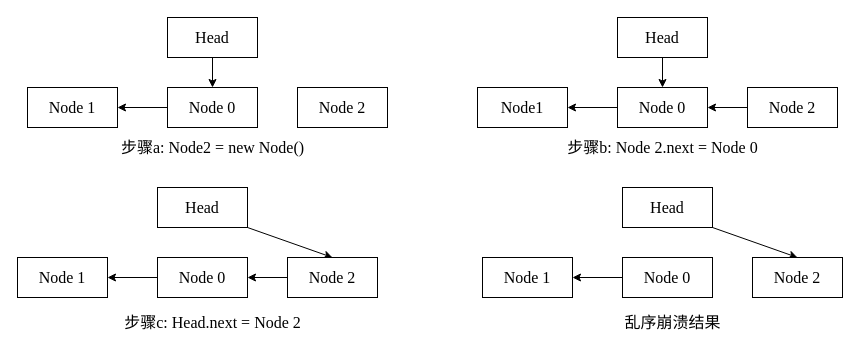
This is page "缓存顺序问题" (3 of 18) of 毕业论文.drawio from HustDsy/Picture, a draw.io file, before an edit. Source tidied: cells renumbered, new cells numbered last; positions are measured from the earlier drawing's top-left corner, leaving out a move shared by most shapes. Both pictures are drawn from the tidied source at 100%, with x=0, y=0 at pixel (17, 17).
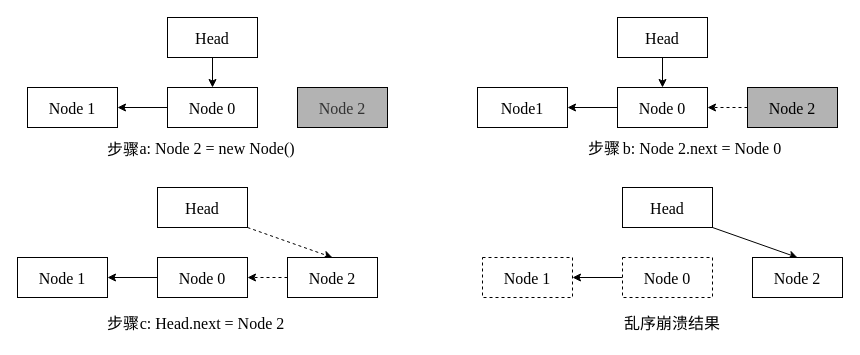
The same diagram, later.

Diff of the diagram source:
```diff
@@
-    <mxCell id="2" style="edgeStyle=none;rounded=0;orthogonalLoop=1;jettySize=auto;html=1;exitX=0.5;exitY=1;exitDx=0;exitDy=0;fontFamily=Times New Roman;fontSize=16;endArrow=classic;endFill=1;strokeWidth=1;" parent="1" edge="1">
+    <mxCell id="2" style="edgeStyle=none;rounded=0;orthogonalLoop=1;jettySize=auto;exitX=0.5;exitY=1;exitDx=0;exitDy=0;fontFamily=Times New Roman;fontSize=16;endArrow=classic;endFill=1;strokeWidth=1;dashed=1;" parent="1" edge="1">
       <mxGeometry relative="1" as="geometry">
         <mxPoint x="525" y="250" as="sourcePoint" />
         <mxPoint x="525" y="250" as="targetPoint" />
       </mxGeometry>
     </mxCell>
-    <mxCell id="3" value="Node 1" style="rounded=0;whiteSpace=wrap;html=1;fontFamily=Times New Roman;fontSize=16;strokeWidth=1;" parent="1" vertex="1">
+    <mxCell id="3" value="Node 1" style="rounded=0;fontFamily=Times New Roman;fontSize=16;strokeWidth=1;" parent="1" vertex="1">
       <mxGeometry x="10" y="70" width="90" height="40" as="geometry" />
     </mxCell>
-    <mxCell id="4" style="edgeStyle=none;rounded=0;jettySize=auto;html=1;exitX=0;exitY=0.5;exitDx=0;exitDy=0;entryX=1;entryY=0.5;entryDx=0;entryDy=0;fontFamily=Times New Roman;fontSize=16;endArrow=classic;endFill=1;strokeWidth=1;" parent="1" edge="1" source="5" target="3">
+    <mxCell id="4" style="edgeStyle=none;rounded=0;jettySize=auto;exitX=0;exitY=0.5;exitDx=0;exitDy=0;entryX=1;entryY=0.5;entryDx=0;entryDy=0;fontFamily=Times New Roman;fontSize=16;endArrow=classic;endFill=1;strokeWidth=1;" parent="1" edge="1" source="5" target="3">
       <mxGeometry relative="1" as="geometry" />
     </mxCell>
-    <mxCell id="5" value="Node 0" style="rounded=0;whiteSpace=wrap;html=1;fontFamily=Times New Roman;fontSize=16;strokeWidth=1;" parent="1" vertex="1">
+    <mxCell id="5" value="Node 0" style="rounded=0;fontFamily=Times New Roman;fontSize=16;strokeWidth=1;" parent="1" vertex="1">
       <mxGeometry x="150" y="70" width="90" height="40" as="geometry" />
     </mxCell>
-    <mxCell id="6" style="edgeStyle=none;rounded=0;jettySize=auto;html=1;exitX=0.5;exitY=1;exitDx=0;exitDy=0;entryX=0.5;entryY=0;entryDx=0;entryDy=0;fontFamily=Times New Roman;fontSize=16;endArrow=classic;endFill=1;strokeWidth=1;" parent="1" edge="1" source="7" target="5">
+    <mxCell id="6" style="edgeStyle=none;rounded=0;jettySize=auto;exitX=0.5;exitY=1;exitDx=0;exitDy=0;entryX=0.5;entryY=0;entryDx=0;entryDy=0;fontFamily=Times New Roman;fontSize=16;endArrow=classic;endFill=1;strokeWidth=1;" parent="1" edge="1" source="7" target="5">
       <mxGeometry relative="1" as="geometry" />
     </mxCell>
-    <mxCell id="7" value="Head" style="rounded=0;whiteSpace=wrap;html=1;fontFamily=Times New Roman;fontSize=16;strokeWidth=1;" parent="1" vertex="1">
+    <mxCell id="7" value="Head" style="rounded=0;fontFamily=Times New Roman;fontSize=16;strokeWidth=1;" parent="1" vertex="1">
       <mxGeometry x="150" width="90" height="40" as="geometry" />
     </mxCell>
-    <mxCell id="8" value="Node 2" style="rounded=0;whiteSpace=wrap;html=1;fontFamily=Times New Roman;fontSize=16;strokeWidth=1;" parent="1" vertex="1">
+    <mxCell id="8" value="Node 2" style="rounded=0;fontFamily=Times New Roman;fontSize=16;strokeWidth=1;fillColor=#B3B3B3;fontColor=#333333;strokeColor=#000000;" parent="1" vertex="1">
       <mxGeometry x="280" y="70" width="90" height="40" as="geometry" />
     </mxCell>
-    <mxCell id="9" value="Node1" style="rounded=0;whiteSpace=wrap;html=1;fontFamily=Times New Roman;fontSize=16;strokeWidth=1;" parent="1" vertex="1">
+    <mxCell id="9" value="Node1" style="rounded=0;fontFamily=Times New Roman;fontSize=16;strokeWidth=1;" parent="1" vertex="1">
       <mxGeometry x="460" y="70" width="90" height="40" as="geometry" />
     </mxCell>
-    <mxCell id="10" style="edgeStyle=none;rounded=0;jettySize=auto;html=1;exitX=0;exitY=0.5;exitDx=0;exitDy=0;entryX=1;entryY=0.5;entryDx=0;entryDy=0;fontFamily=Times New Roman;fontSize=16;endArrow=classic;endFill=1;strokeWidth=1;" parent="1" edge="1" source="11" target="9">
+    <mxCell id="10" style="edgeStyle=none;rounded=0;jettySize=auto;exitX=0;exitY=0.5;exitDx=0;exitDy=0;entryX=1;entryY=0.5;entryDx=0;entryDy=0;fontFamily=Times New Roman;fontSize=16;endArrow=classic;endFill=1;strokeWidth=1;" parent="1" edge="1" source="11" target="9">
       <mxGeometry relative="1" as="geometry" />
     </mxCell>
-    <mxCell id="11" value="Node 0" style="rounded=0;whiteSpace=wrap;html=1;fontFamily=Times New Roman;fontSize=16;strokeWidth=1;" parent="1" vertex="1">
+    <mxCell id="11" value="Node 0" style="rounded=0;fontFamily=Times New Roman;fontSize=16;strokeWidth=1;" parent="1" vertex="1">
       <mxGeometry x="600" y="70" width="90" height="40" as="geometry" />
     </mxCell>
-    <mxCell id="12" style="edgeStyle=none;rounded=0;jettySize=auto;html=1;exitX=0.5;exitY=1;exitDx=0;exitDy=0;entryX=0.5;entryY=0;entryDx=0;entryDy=0;fontFamily=Times New Roman;fontSize=16;endArrow=classic;endFill=1;strokeWidth=1;" parent="1" edge="1" source="13" target="11">
+    <mxCell id="12" style="edgeStyle=none;rounded=0;jettySize=auto;exitX=0.5;exitY=1;exitDx=0;exitDy=0;entryX=0.5;entryY=0;entryDx=0;entryDy=0;fontFamily=Times New Roman;fontSize=16;endArrow=classic;endFill=1;strokeWidth=1;" parent="1" edge="1" source="13" target="11">
       <mxGeometry relative="1" as="geometry" />
     </mxCell>
-    <mxCell id="13" value="Head" style="rounded=0;whiteSpace=wrap;html=1;fontFamily=Times New Roman;fontSize=16;strokeWidth=1;" parent="1" vertex="1">
+    <mxCell id="13" value="Head" style="rounded=0;fontFamily=Times New Roman;fontSize=16;strokeWidth=1;" parent="1" vertex="1">
       <mxGeometry x="600" width="90" height="40" as="geometry" />
     </mxCell>
-    <mxCell id="14" style="edgeStyle=none;rounded=0;jettySize=auto;html=1;exitX=0;exitY=0.5;exitDx=0;exitDy=0;entryX=1;entryY=0.5;entryDx=0;entryDy=0;fontFamily=Times New Roman;fontSize=16;endArrow=classic;endFill=1;strokeWidth=1;fontColor=#FF3333;" parent="1" edge="1" source="15" target="11">
+    <mxCell id="14" style="edgeStyle=none;rounded=0;jettySize=auto;exitX=0;exitY=0.5;exitDx=0;exitDy=0;entryX=1;entryY=0.5;entryDx=0;entryDy=0;fontFamily=Times New Roman;fontSize=16;endArrow=classic;endFill=1;strokeWidth=1;fontColor=#FF3333;dashed=1;" parent="1" edge="1" source="15" target="11">
       <mxGeometry relative="1" as="geometry" />
     </mxCell>
-    <mxCell id="15" value="Node 2" style="rounded=0;whiteSpace=wrap;html=1;fontFamily=Times New Roman;fontSize=16;strokeWidth=1;" parent="1" vertex="1">
+    <mxCell id="15" value="Node 2" style="rounded=0;fontFamily=Times New Roman;fontSize=16;strokeWidth=1;fillColor=#B3B3B3;" parent="1" vertex="1">
       <mxGeometry x="730" y="70" width="90" height="40" as="geometry" />
     </mxCell>
-    <mxCell id="16" value="Node 1" style="rounded=0;whiteSpace=wrap;html=1;fontFamily=Times New Roman;fontSize=16;strokeWidth=1;" parent="1" vertex="1">
+    <mxCell id="16" value="Node 1" style="rounded=0;fontFamily=Times New Roman;fontSize=16;strokeWidth=1;" parent="1" vertex="1">
       <mxGeometry y="240" width="90" height="40" as="geometry" />
     </mxCell>
-    <mxCell id="17" style="edgeStyle=none;rounded=0;jettySize=auto;html=1;exitX=0;exitY=0.5;exitDx=0;exitDy=0;entryX=1;entryY=0.5;entryDx=0;entryDy=0;fontFamily=Times New Roman;fontSize=16;endArrow=classic;endFill=1;strokeWidth=1;" parent="1" edge="1" source="18" target="16">
+    <mxCell id="17" style="edgeStyle=none;rounded=0;jettySize=auto;exitX=0;exitY=0.5;exitDx=0;exitDy=0;entryX=1;entryY=0.5;entryDx=0;entryDy=0;fontFamily=Times New Roman;fontSize=16;endArrow=classic;endFill=1;strokeWidth=1;" parent="1" edge="1" source="18" target="16">
       <mxGeometry relative="1" as="geometry" />
     </mxCell>
-    <mxCell id="18" value="Node 0" style="rounded=0;whiteSpace=wrap;html=1;fontFamily=Times New Roman;fontSize=16;strokeWidth=1;" parent="1" vertex="1">
+    <mxCell id="18" value="Node 0" style="rounded=0;fontFamily=Times New Roman;fontSize=16;strokeWidth=1;" parent="1" vertex="1">
       <mxGeometry x="140" y="240" width="90" height="40" as="geometry" />
     </mxCell>
-    <mxCell id="19" style="edgeStyle=none;rounded=0;jettySize=auto;html=1;exitX=1;exitY=1;exitDx=0;exitDy=0;entryX=0.5;entryY=0;entryDx=0;entryDy=0;fontFamily=Times New Roman;fontSize=16;endArrow=classic;endFill=1;strokeWidth=1;" parent="1" edge="1" source="20" target="22">
+    <mxCell id="19" style="edgeStyle=none;rounded=0;jettySize=auto;exitX=1;exitY=1;exitDx=0;exitDy=0;entryX=0.5;entryY=0;entryDx=0;entryDy=0;fontFamily=Times New Roman;fontSize=16;endArrow=classic;endFill=1;strokeWidth=1;dashed=1;" parent="1" edge="1" source="20" target="22">
       <mxGeometry relative="1" as="geometry" />
     </mxCell>
-    <mxCell id="20" value="Head" style="rounded=0;whiteSpace=wrap;html=1;fontFamily=Times New Roman;fontSize=16;strokeWidth=1;" parent="1" vertex="1">
+    <mxCell id="20" value="Head" style="rounded=0;fontFamily=Times New Roman;fontSize=16;strokeWidth=1;" parent="1" vertex="1">
       <mxGeometry x="140" y="170" width="90" height="40" as="geometry" />
     </mxCell>
-    <mxCell id="21" style="edgeStyle=none;rounded=0;jettySize=auto;html=1;exitX=0;exitY=0.5;exitDx=0;exitDy=0;entryX=1;entryY=0.5;entryDx=0;entryDy=0;fontFamily=Times New Roman;fontSize=16;endArrow=classic;endFill=1;strokeWidth=1;" parent="1" edge="1" source="22" target="18">
+    <mxCell id="21" style="edgeStyle=none;rounded=0;jettySize=auto;exitX=0;exitY=0.5;exitDx=0;exitDy=0;entryX=1;entryY=0.5;entryDx=0;entryDy=0;fontFamily=Times New Roman;fontSize=16;endArrow=classic;endFill=1;strokeWidth=1;dashed=1;" parent="1" edge="1" source="22" target="18">
       <mxGeometry relative="1" as="geometry" />
     </mxCell>
-    <mxCell id="22" value="Node 2" style="rounded=0;whiteSpace=wrap;html=1;fontFamily=Times New Roman;fontSize=16;strokeWidth=1;" parent="1" vertex="1">
+    <mxCell id="22" value="Node 2" style="rounded=0;fontFamily=Times New Roman;fontSize=16;strokeWidth=1;" parent="1" vertex="1">
       <mxGeometry x="270" y="240" width="90" height="40" as="geometry" />
     </mxCell>
-    <mxCell id="23" value="Node 1" style="rounded=0;whiteSpace=wrap;html=1;fontFamily=Times New Roman;fontSize=16;strokeWidth=1;" parent="1" vertex="1">
+    <mxCell id="23" value="Node 1" style="rounded=0;fontFamily=Times New Roman;fontSize=16;strokeWidth=1;dashed=1;strokeColor=#000000;" parent="1" vertex="1">
       <mxGeometry x="465" y="240" width="90" height="40" as="geometry" />
     </mxCell>
-    <mxCell id="24" style="edgeStyle=none;rounded=0;jettySize=auto;html=1;exitX=0;exitY=0.5;exitDx=0;exitDy=0;entryX=1;entryY=0.5;entryDx=0;entryDy=0;fontFamily=Times New Roman;fontSize=16;endArrow=classic;endFill=1;strokeWidth=1;" parent="1" edge="1" source="25" target="23">
+    <mxCell id="24" style="edgeStyle=none;rounded=0;jettySize=auto;exitX=0;exitY=0.5;exitDx=0;exitDy=0;entryX=1;entryY=0.5;entryDx=0;entryDy=0;fontFamily=Times New Roman;fontSize=16;endArrow=classic;endFill=1;strokeWidth=1;" parent="1" edge="1" source="25" target="23">
       <mxGeometry relative="1" as="geometry" />
     </mxCell>
-    <mxCell id="25" value="Node 0" style="rounded=0;whiteSpace=wrap;html=1;fontFamily=Times New Roman;fontSize=16;strokeWidth=1;" parent="1" vertex="1">
+    <mxCell id="25" value="Node 0" style="rounded=0;fontFamily=Times New Roman;fontSize=16;strokeWidth=1;dashed=1;" parent="1" vertex="1">
       <mxGeometry x="605" y="240" width="90" height="40" as="geometry" />
     </mxCell>
-    <mxCell id="26" style="edgeStyle=none;rounded=0;jettySize=auto;html=1;exitX=1;exitY=1;exitDx=0;exitDy=0;entryX=0.5;entryY=0;entryDx=0;entryDy=0;fontFamily=Times New Roman;fontSize=16;endArrow=classic;endFill=1;strokeWidth=1;" parent="1" edge="1" source="27" target="28">
+    <mxCell id="26" style="edgeStyle=none;rounded=0;jettySize=auto;exitX=1;exitY=1;exitDx=0;exitDy=0;entryX=0.5;entryY=0;entryDx=0;entryDy=0;fontFamily=Times New Roman;fontSize=16;endArrow=classic;endFill=1;strokeWidth=1;strokeColor=#000000;" parent="1" edge="1" source="27" target="28">
       <mxGeometry relative="1" as="geometry" />
     </mxCell>
-    <mxCell id="27" value="Head" style="rounded=0;whiteSpace=wrap;html=1;fontFamily=Times New Roman;fontSize=16;strokeWidth=1;" parent="1" vertex="1">
+    <mxCell id="27" value="Head" style="rounded=0;fontFamily=Times New Roman;fontSize=16;strokeWidth=1;" parent="1" vertex="1">
       <mxGeometry x="605" y="170" width="90" height="40" as="geometry" />
     </mxCell>
-    <mxCell id="28" value="Node 2" style="rounded=0;whiteSpace=wrap;html=1;fontFamily=Times New Roman;fontSize=16;strokeWidth=1;" parent="1" vertex="1">
+    <mxCell id="28" value="Node 2" style="rounded=0;fontFamily=Times New Roman;fontSize=16;strokeWidth=1;" parent="1" vertex="1">
       <mxGeometry x="735" y="240" width="90" height="40" as="geometry" />
     </mxCell>
-    <mxCell id="29" value="&lt;font face=&quot;简宋&quot;&gt;步骤&lt;/font&gt;a: Node2 = new Node()" style="text;html=1;align=center;verticalAlign=middle;strokeColor=none;fillColor=none;fontSize=16;fontFamily=Times New Roman;" parent="1" vertex="1">
-      <mxGeometry x="95" y="115" width="200" height="30" as="geometry" />
+    <mxCell id="29" value="a: Node 2 = new Node()" style="text;align=center;verticalAlign=middle;strokeColor=none;fillColor=none;fontSize=16;fontFamily=Times New Roman;" parent="1" vertex="1">
+      <mxGeometry x="115" y="120" width="170" height="20" as="geometry" />
     </mxCell>
-    <mxCell id="30" value="&lt;font face=&quot;简宋&quot;&gt;步骤&lt;/font&gt;b: Node 2.next = Node 0" style="text;html=1;align=center;verticalAlign=middle;strokeColor=none;fillColor=none;fontSize=16;fontFamily=Times New Roman;" parent="1" vertex="1">
-      <mxGeometry x="540" y="115" width="210" height="30" as="geometry" />
-    </mxCell>
-    <mxCell id="31" value="步骤&lt;font face=&quot;Times New Roman&quot;&gt;c: Head.next = Node 2&lt;/font&gt;" style="text;html=1;align=center;verticalAlign=middle;strokeColor=none;fillColor=none;fontSize=16;fontFamily=简宋;" parent="1" vertex="1">
-      <mxGeometry x="100" y="290" width="190" height="30" as="geometry" />
-    </mxCell>
-    <mxCell id="32" value="&lt;font face=&quot;简宋&quot;&gt;乱序崩溃结果&lt;/font&gt;" style="text;html=1;align=center;verticalAlign=middle;strokeColor=none;fillColor=none;fontSize=16;fontFamily=Times New Roman;" parent="1" vertex="1">
-      <mxGeometry x="600" y="290" width="110" height="30" as="geometry" />
+    <mxCell id="32" value="乱序崩溃结果" style="text;align=center;verticalAlign=middle;strokeColor=none;fillColor=none;fontSize=16;fontFamily=简宋;" parent="1" vertex="1">
+      <mxGeometry x="600" y="295" width="110" height="20" as="geometry" />
     </mxCell>
+    <mxCell id="33" value="步骤" style="text;align=center;verticalAlign=middle;strokeColor=none;fillColor=none;fontSize=16;fontFamily=简宋;" parent="1" vertex="1">
+      <mxGeometry x="81" y="121" width="50" height="20" as="geometry" />
+    </mxCell>
+    <mxCell id="34" value="b: Node 2.next = Node 0" style="text;align=center;verticalAlign=middle;strokeColor=none;fillColor=none;fontSize=16;fontFamily=Times New Roman;" parent="1" vertex="1">
+      <mxGeometry x="600" y="120" width="170" height="20" as="geometry" />
+    </mxCell>
+    <mxCell id="35" value="步骤" style="text;align=center;verticalAlign=middle;strokeColor=none;fillColor=none;fontSize=16;fontFamily=简宋;" parent="1" vertex="1">
+      <mxGeometry x="562" y="120" width="50" height="20" as="geometry" />
+    </mxCell>
+    <mxCell id="36" value="c: Head.next = Node 2" style="text;align=center;verticalAlign=middle;strokeColor=none;fillColor=none;fontSize=16;fontFamily=Times New Roman;" parent="1" vertex="1">
+      <mxGeometry x="115" y="295" width="160" height="20" as="geometry" />
+    </mxCell>
+    <mxCell id="37" value="步骤" style="text;align=center;verticalAlign=middle;strokeColor=none;fillColor=none;fontSize=16;fontFamily=简宋;" parent="1" vertex="1">
+      <mxGeometry x="81" y="295" width="50" height="20" as="geometry" />
+    </mxCell>
```
